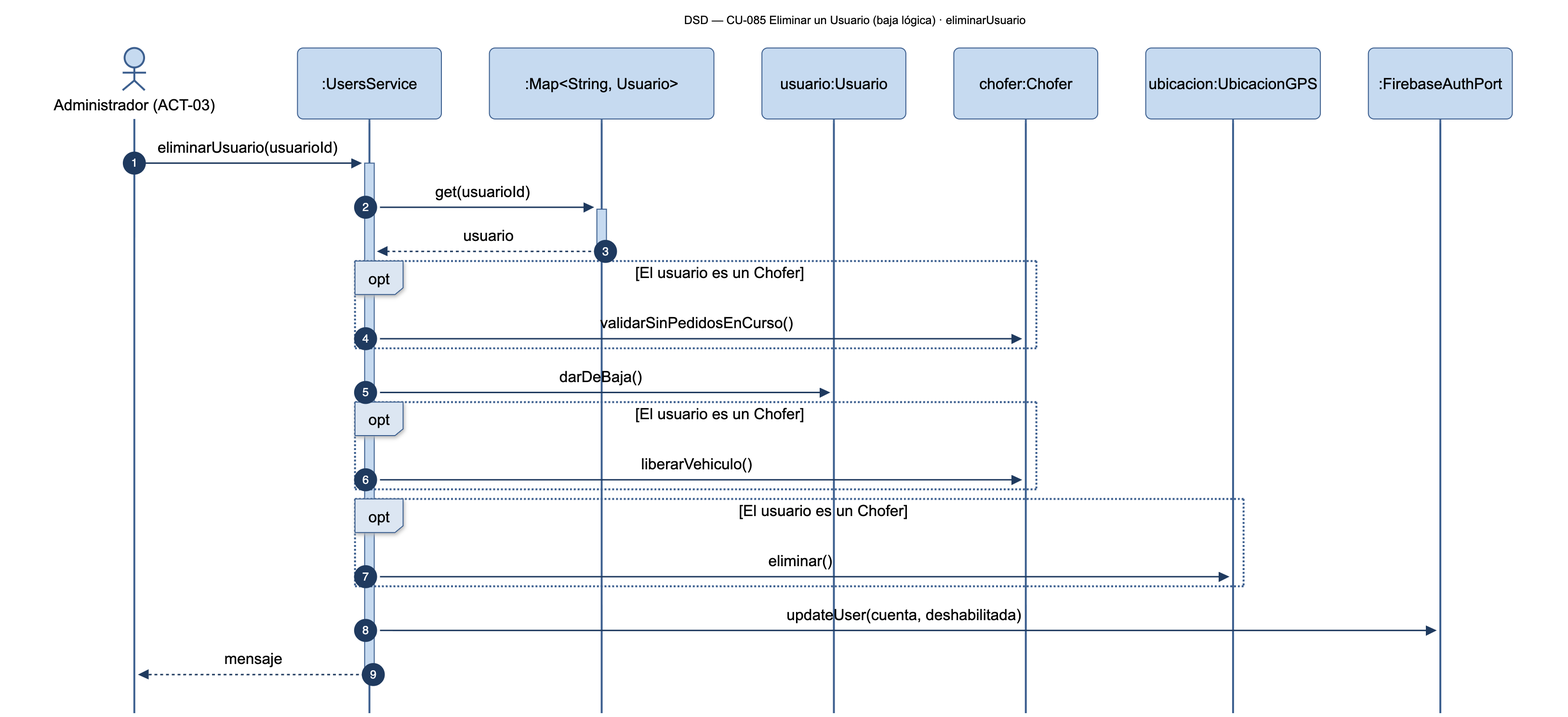
Nahuelito-Dev/splg-docs keeps this Mermaid diagram as diagramas/png/DSD_CU-085_eliminarUsuario.png. Above is the earlier version. Its source is kept beside it as diagramas/DSD_CU-085_eliminarUsuario.mmd.
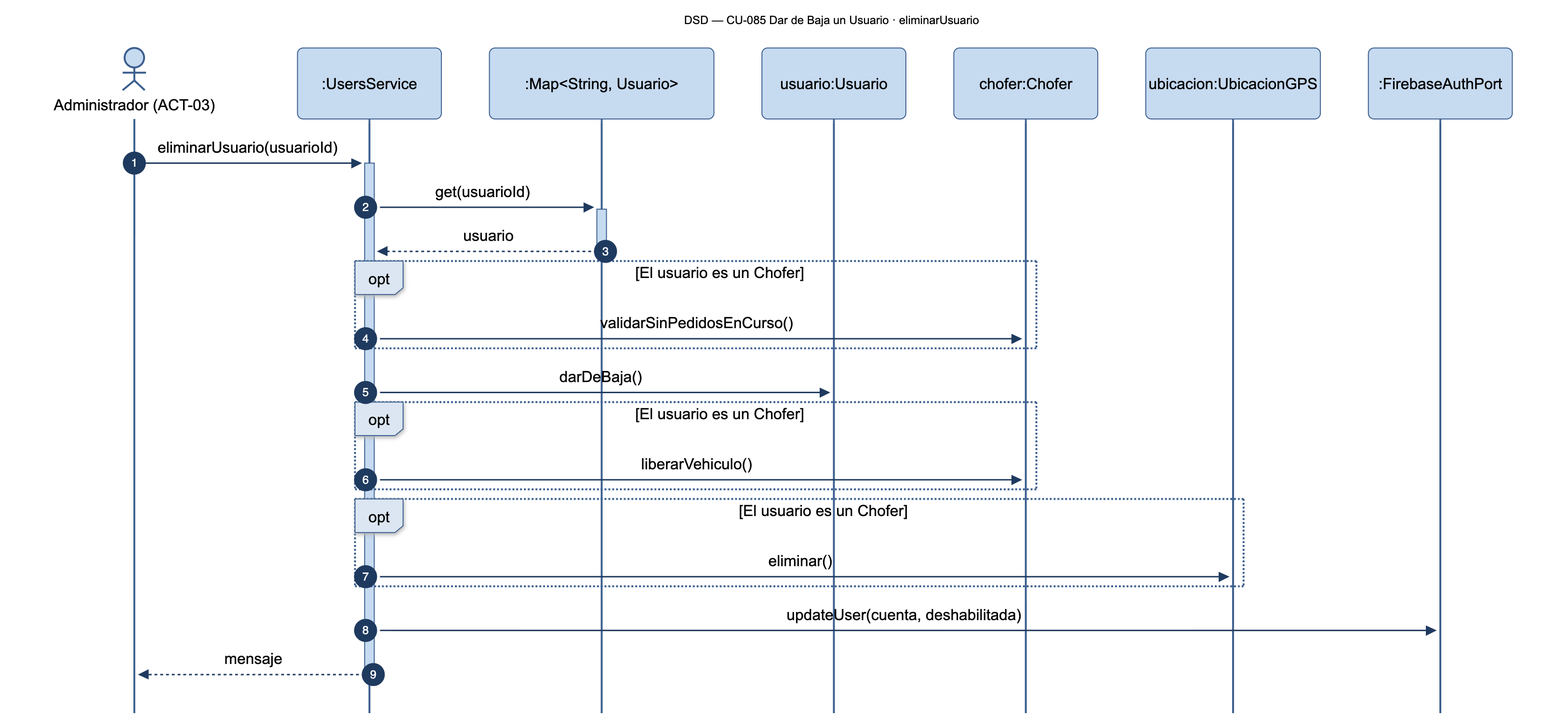
Above is the later version.

Diff of the diagram source:
```diff
@@ -1,5 +1,5 @@
 sequenceDiagram
-    title DSD — CU-085 Eliminar un Usuario (baja lógica) · eliminarUsuario
+    title DSD — CU-085 Dar de Baja un Usuario · eliminarUsuario
     autonumber
     actor ADM as Administrador (ACT-03)
     participant SRV as :UsersService
```
